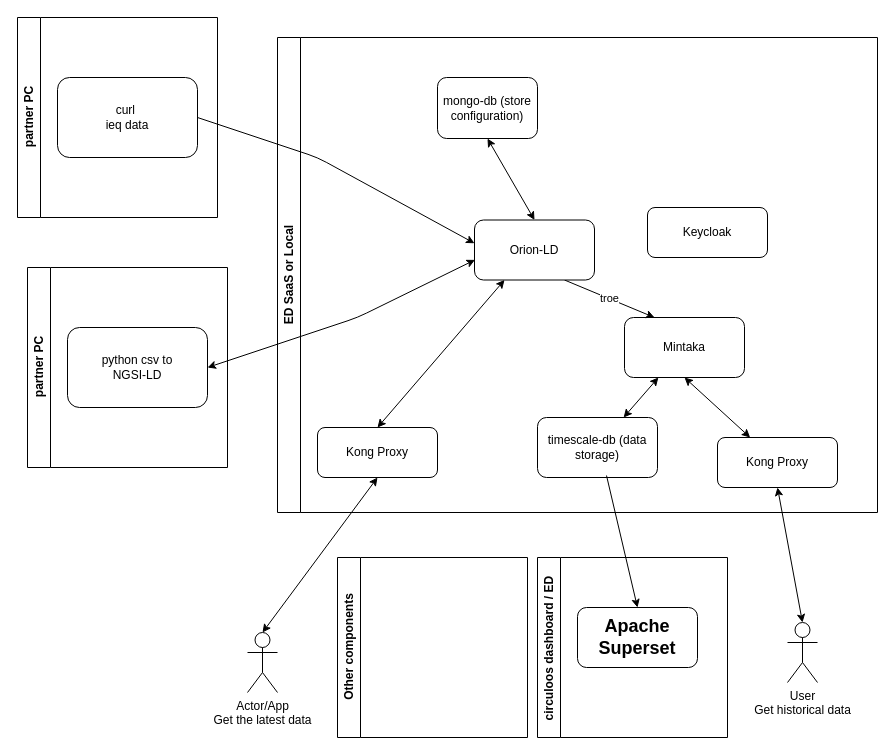
european-dynamics-rnd/circuloos-data-platform keeps this draw.io diagram as CILCULOOS_demo.drawio. Above is the earlier version. Source tidied: cells renumbered, new cells numbered last; positions are measured from the earlier drawing's top-left corner, leaving out a move shared by most shapes. Both pictures are drawn from the tidied source at 100%, with x=0, y=0 at pixel (17, 17).
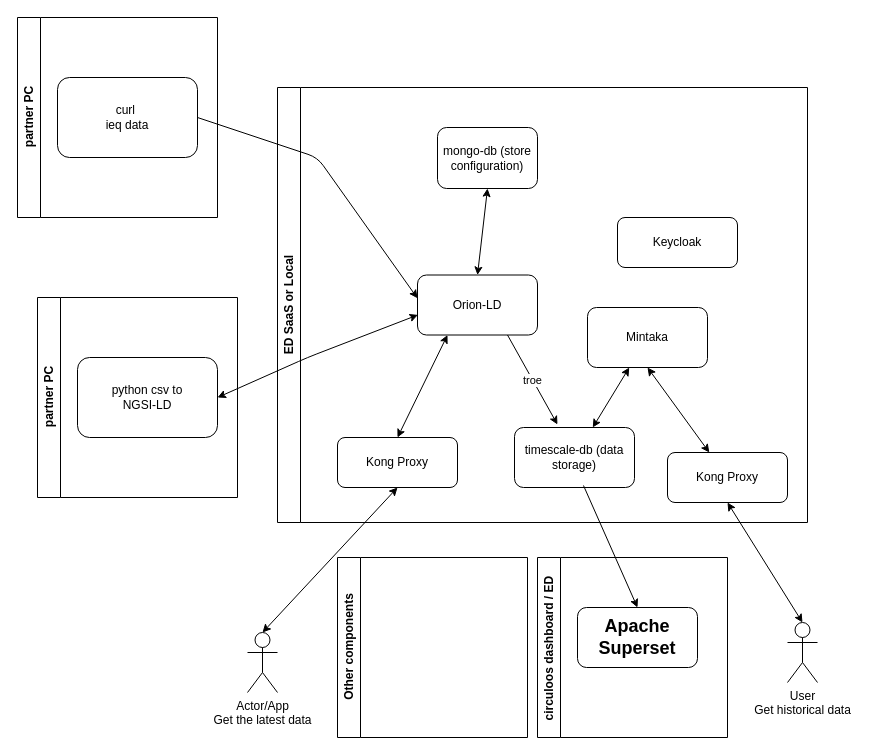
The same page after the edit.

Unchanged cells that the change refers to:
```xml
<mxCell id="24" value="python csv to &lt;br&gt;NGSI-LD" style="rounded=1;whiteSpace=wrap;html=1;" parent="23" vertex="1">
  <mxGeometry x="40" y="60" width="140" height="80" as="geometry" />
</mxCell>
```

Change to the diagram source:
```diff
@@
     <mxCell id="2" value="ED SaaS or Local" style="swimlane;horizontal=0;whiteSpace=wrap;html=1;" parent="1" vertex="1">
-      <mxGeometry x="260" y="20" width="600" height="475" as="geometry" />
+      <mxGeometry x="260" y="70" width="530" height="435" as="geometry" />
     </mxCell>
@@
     <mxCell id="4" value="Mintaka" style="rounded=1;whiteSpace=wrap;html=1;" parent="2" vertex="1">
-      <mxGeometry x="347" y="280" width="120" height="60" as="geometry" />
+      <mxGeometry x="310" y="220" width="120" height="60" as="geometry" />
     </mxCell>
     <mxCell id="5" value="timescale-db (data storage)" style="rounded=1;whiteSpace=wrap;html=1;" parent="2" vertex="1">
-      <mxGeometry x="260" y="380" width="120" height="60" as="geometry" />
+      <mxGeometry x="237" y="340" width="120" height="60" as="geometry" />
     </mxCell>
@@
-    <mxCell id="8" value="troe" style="edgeStyle=none;html=1;exitX=0.75;exitY=1;exitDx=0;exitDy=0;entryX=0.25;entryY=0;entryDx=0;entryDy=0;" parent="2" edge="1" source="9" target="4">
-      <mxGeometry relative="1" as="geometry" />
+    <mxCell id="8" value="troe" style="edgeStyle=none;html=1;exitX=0.75;exitY=1;exitDx=0;exitDy=0;entryX=0.358;entryY=-0.05;entryDx=0;entryDy=0;entryPerimeter=0;" parent="2" edge="1" source="9" target="5">
+      <mxGeometry x="0.01" relative="1" as="geometry" />
     </mxCell>
     <mxCell id="9" value="Orion-LD" style="rounded=1;whiteSpace=wrap;html=1;" parent="2" vertex="1">
-      <mxGeometry x="197" y="182.5" width="120" height="60" as="geometry" />
+      <mxGeometry x="140" y="187.5" width="120" height="60" as="geometry" />
     </mxCell>
@@
     <mxCell id="11" value="Kong Proxy" style="rounded=1;whiteSpace=wrap;html=1;" parent="2" vertex="1">
-      <mxGeometry x="440" y="400" width="120" height="50" as="geometry" />
+      <mxGeometry x="390" y="365" width="120" height="50" as="geometry" />
     </mxCell>
     <mxCell id="12" value="Keycloak" style="rounded=1;whiteSpace=wrap;html=1;" parent="2" vertex="1">
-      <mxGeometry x="370" y="170" width="120" height="50" as="geometry" />
+      <mxGeometry x="340" y="130" width="120" height="50" as="geometry" />
     </mxCell>
@@
     <mxCell id="14" value="Kong Proxy" style="rounded=1;whiteSpace=wrap;html=1;" parent="2" vertex="1">
-      <mxGeometry x="40" y="390" width="120" height="50" as="geometry" />
+      <mxGeometry x="60" y="350" width="120" height="50" as="geometry" />
     </mxCell>
@@
     <mxCell id="22" style="edgeStyle=none;html=1;exitX=1;exitY=0.5;exitDx=0;exitDy=0;startArrow=classic;startFill=1;entryX=0.004;entryY=0.665;entryDx=0;entryDy=0;entryPerimeter=0;" parent="1" edge="1" source="24" target="9">
       <mxGeometry relative="1" as="geometry">
         <Array as="points">
-          <mxPoint x="340" y="300" />
+          <mxPoint x="290" y="340" />
         </Array>
       </mxGeometry>
     </mxCell>
     <mxCell id="23" value="partner PC" style="swimlane;horizontal=0;whiteSpace=wrap;html=1;" parent="1" vertex="1">
-      <mxGeometry x="10" y="250" width="200" height="200" as="geometry" />
+      <mxGeometry x="20" y="280" width="200" height="200" as="geometry" />
     </mxCell>
```
